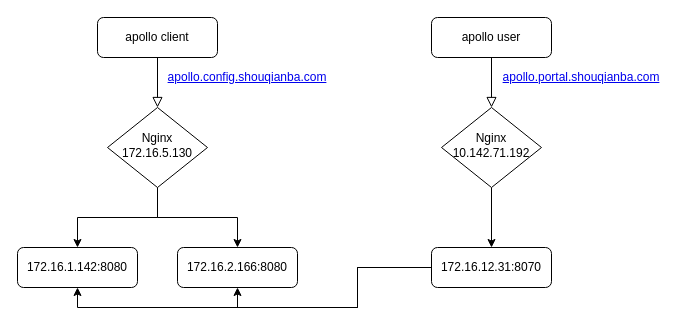
Earlier version of the draw.io diagram page "Page-1" (2 of 2) of Untitled Diagram.drawio (RockyLOMO/devops-java-sample). Source tidied: cells renumbered, new cells numbered last; positions are measured from the earlier drawing's top-left corner, leaving out a move shared by most shapes. Both pictures are drawn from the tidied source at 100%, with x=0, y=0 at pixel (17, 17).
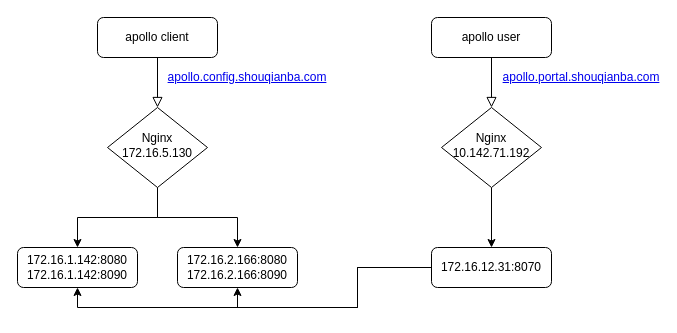
Above is the later version.

The edit, as a diff of the source:
```diff
@@
-    <mxCell id="7" value="172.16.1.142:8080" style="rounded=1;whiteSpace=wrap;html=1;fontSize=12;glass=0;strokeWidth=1;shadow=0;" parent="1" vertex="1">
+    <mxCell id="7" value="172.16.1.142:8080&lt;br&gt;172.16.1.142:8090" style="rounded=1;whiteSpace=wrap;html=1;fontSize=12;glass=0;strokeWidth=1;shadow=0;" parent="1" vertex="1">
       <mxGeometry y="230" width="120" height="40" as="geometry" />
     </mxCell>
-    <mxCell id="8" value="172.16.2.166:8080" style="rounded=1;whiteSpace=wrap;html=1;fontSize=12;glass=0;strokeWidth=1;shadow=0;" parent="1" vertex="1">
+    <mxCell id="8" value="172.16.2.166:8080&lt;br&gt;172.16.2.166:8090" style="rounded=1;whiteSpace=wrap;html=1;fontSize=12;glass=0;strokeWidth=1;shadow=0;" parent="1" vertex="1">
       <mxGeometry x="160" y="230" width="120" height="40" as="geometry" />
     </mxCell>
```
